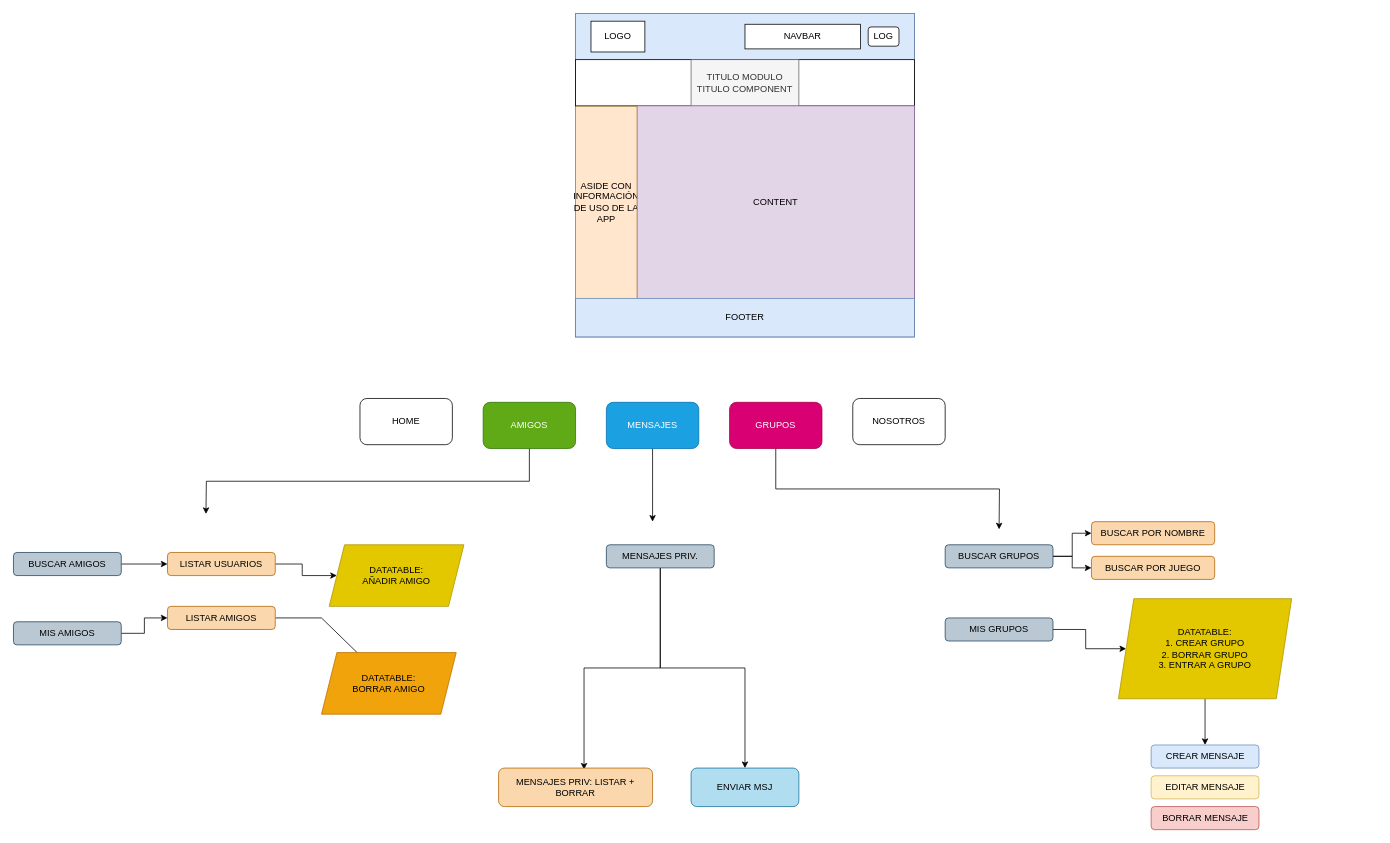
This is DIAGRAMA_MAPA_VISTAS.drawio from Amc210/Proyecto-Final, a draw.io file, before an edit. Source tidied: cells renumbered, new cells numbered last; positions are measured from the earlier drawing's top-left corner, leaving out a move shared by most shapes. Both pictures are drawn from the tidied source at 77%, with x=0, y=0 at pixel (13, 13).
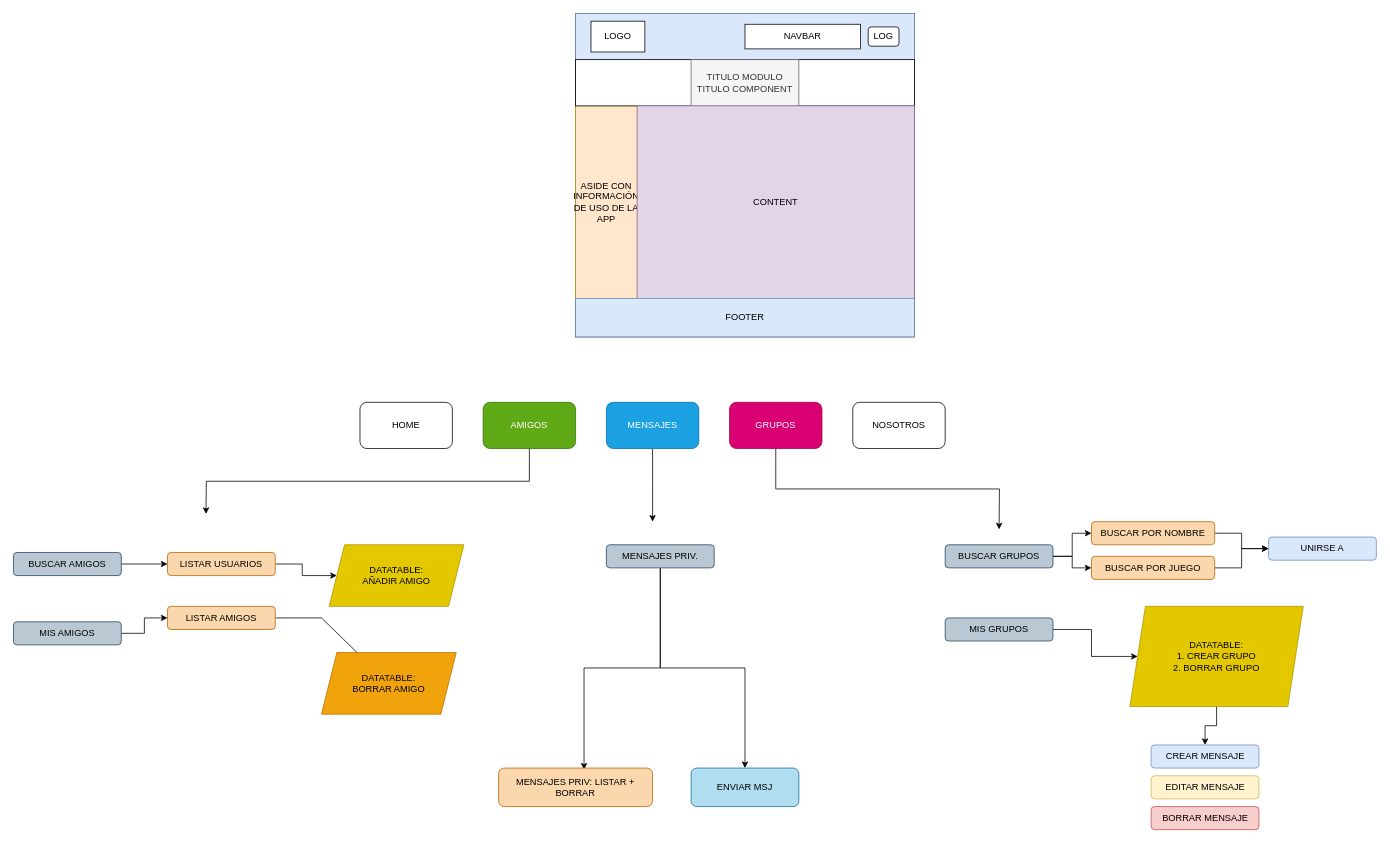
After the change.

Unchanged cells that the change refers to:
```xml
<mxCell id="36" value="BUSCAR POR NOMBRE" style="rounded=1;whiteSpace=wrap;html=1;fillColor=#fad7ac;strokeColor=#b46504;" parent="1" vertex="1">
  <mxGeometry x="1400" y="660" width="160" height="30" as="geometry" />
</mxCell>
<mxCell id="37" value="BUSCAR POR JUEGO" style="rounded=1;whiteSpace=wrap;html=1;fillColor=#fad7ac;strokeColor=#b46504;" parent="1" vertex="1">
  <mxGeometry x="1400" y="705" width="160" height="30" as="geometry" />
</mxCell>
```

Change to the diagram source:
```diff
@@
     <mxCell id="16" value="HOME" style="rounded=1;whiteSpace=wrap;html=1;" parent="1" vertex="1">
-      <mxGeometry x="450" y="500" width="120" height="60" as="geometry" />
+      <mxGeometry x="450" y="505" width="120" height="60" as="geometry" />
     </mxCell>
     <mxCell id="17" value="NOSOTROS" style="rounded=1;whiteSpace=wrap;html=1;" parent="1" vertex="1">
-      <mxGeometry x="1090" y="500" width="120" height="60" as="geometry" />
+      <mxGeometry x="1090" y="505" width="120" height="60" as="geometry" />
     </mxCell>
@@
+    <mxCell id="47" style="edgeStyle=orthogonalEdgeStyle;rounded=0;jettySize=auto;html=1;" parent="1" edge="1" source="36" target="49">
+      <mxGeometry relative="1" as="geometry" />
+    </mxCell>
@@
+    <mxCell id="48" style="edgeStyle=orthogonalEdgeStyle;rounded=0;jettySize=auto;html=1;exitX=1;exitY=0.5;exitDx=0;exitDy=0;entryX=0;entryY=0.5;entryDx=0;entryDy=0;" parent="1" edge="1" source="37" target="49">
+      <mxGeometry relative="1" as="geometry" />
+    </mxCell>
@@
-    <mxCell id="41" value="DATATABLE:&lt;br&gt;1. CREAR GRUPO&lt;br&gt;2. BORRAR GRUPO&lt;br&gt;3. ENTRAR A GRUPO" style="shape=parallelogram;perimeter=parallelogramPerimeter;whiteSpace=wrap;html=1;fixedSize=1;fillColor=#e3c800;strokeColor=#B09500;fontColor=#000000;" parent="1" vertex="1">
-      <mxGeometry x="1435" y="760" width="225" height="130" as="geometry" />
+    <mxCell id="41" value="DATATABLE:&lt;br&gt;1. CREAR GRUPO&lt;br&gt;2. BORRAR GRUPO" style="shape=parallelogram;perimeter=parallelogramPerimeter;whiteSpace=wrap;html=1;fixedSize=1;fillColor=#e3c800;strokeColor=#B09500;fontColor=#000000;" parent="1" vertex="1">
+      <mxGeometry x="1450" y="770" width="225" height="130" as="geometry" />
     </mxCell>
@@
+    <mxCell id="49" value="UNIRSE A" style="rounded=1;whiteSpace=wrap;html=1;fillColor=#dae8fc;strokeColor=#6c8ebf;" parent="1" vertex="1">
+      <mxGeometry x="1630" y="680" width="140" height="30" as="geometry" />
+    </mxCell>
```
